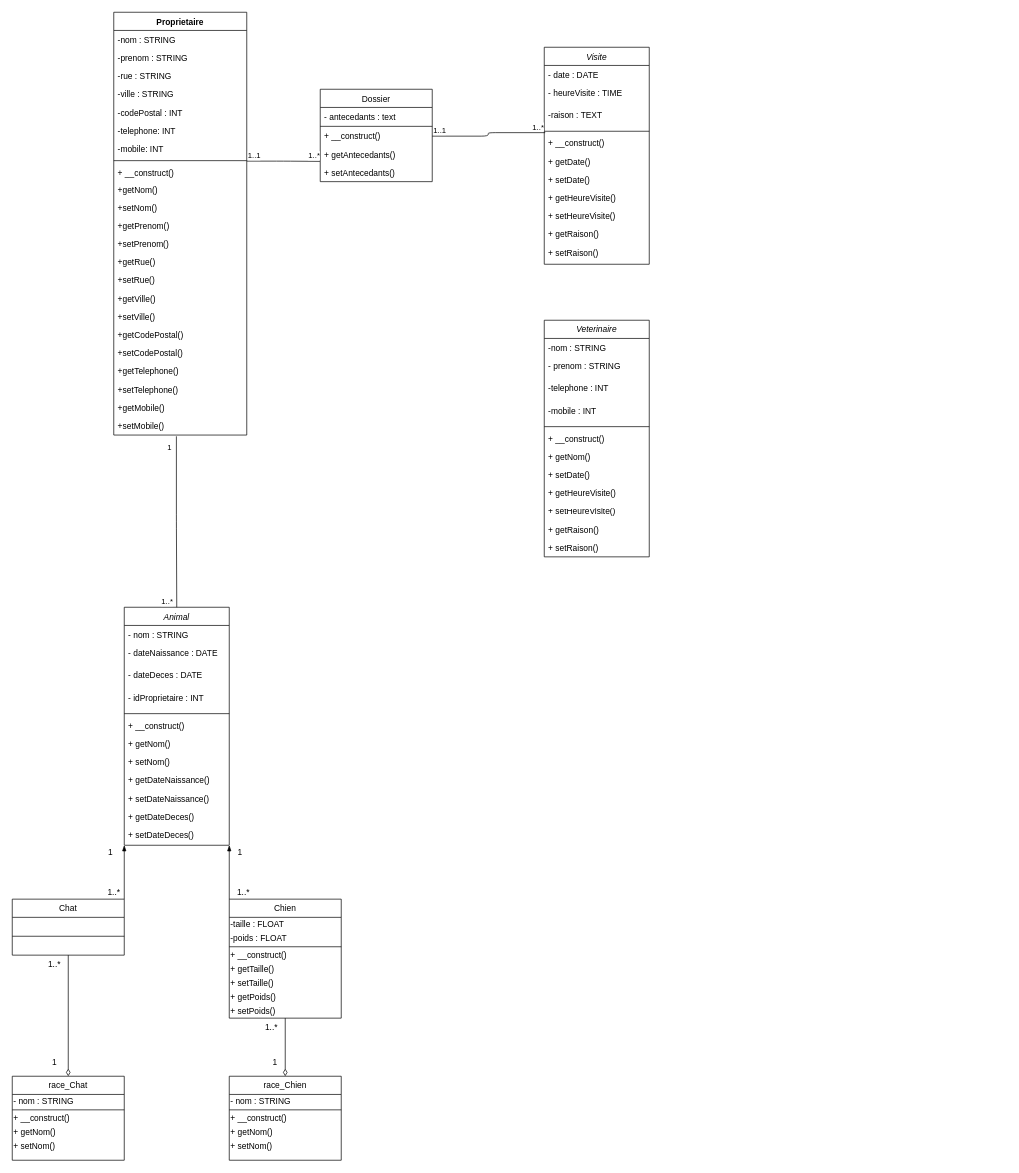
Before: Untitled Diagram.drawio in Tran-Hugo/Exos-SQL, a draw.io diagram. Source tidied: cells renumbered, new cells numbered last; positions are measured from the earlier drawing's top-left corner, leaving out a move shared by most shapes. Both pictures are drawn from the tidied source at 70%, with x=0, y=0 at pixel (12, 12).
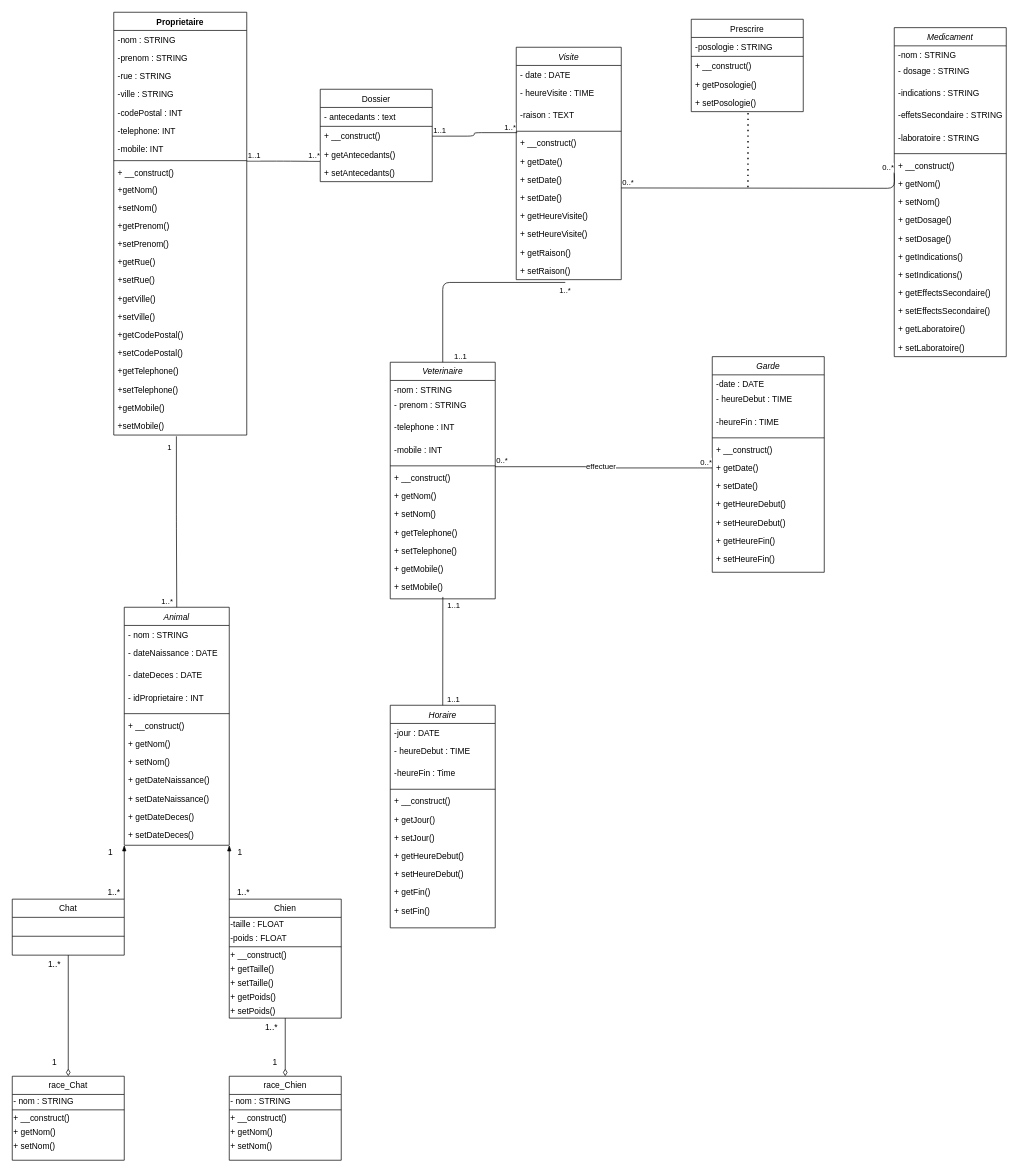
After the change.

Change to the diagram source:
```diff
@@
     <mxCell id="86" value="Visite" style="swimlane;fontStyle=2;align=center;verticalAlign=top;horizontal=1;startSize=26;rounded=0;shadow=0;strokeWidth=1;" parent="1" vertex="1">
-      <mxGeometry x="760" y="50" width="150" height="310" as="geometry" />
+      <mxGeometry x="720" y="50" width="150" height="332" as="geometry" />
     </mxCell>
@@
+    <mxCell id="114" value="+ setDate()" style="text;align=left;verticalAlign=top;spacingLeft=4;spacingRight=4;overflow=hidden;" parent="86" vertex="1">
+      <mxGeometry y="202" width="150" height="26" as="geometry" />
+    </mxCell>
     <mxCell id="94" value="+ getHeureVisite()" style="text;align=left;verticalAlign=top;spacingLeft=4;spacingRight=4;overflow=hidden;" parent="86" vertex="1">
-      <mxGeometry y="202" width="150" height="26" as="geometry" />
+      <mxGeometry y="228" width="150" height="26" as="geometry" />
     </mxCell>
     <mxCell id="95" value="+ setHeureVisite()" style="text;align=left;verticalAlign=top;spacingLeft=4;spacingRight=4;overflow=hidden;" parent="86" vertex="1">
-      <mxGeometry y="228" width="150" height="26" as="geometry" />
+      <mxGeometry y="254" width="150" height="26" as="geometry" />
     </mxCell>
     <mxCell id="96" value="+ getRaison()" style="text;align=left;verticalAlign=top;spacingLeft=4;spacingRight=4;overflow=hidden;" parent="86" vertex="1">
-      <mxGeometry y="254" width="150" height="26" as="geometry" />
+      <mxGeometry y="280" width="150" height="26" as="geometry" />
     </mxCell>
     <mxCell id="97" value="+ setRaison()" style="text;align=left;verticalAlign=top;spacingLeft=4;spacingRight=4;overflow=hidden;points=[[0,0.5],[1,0.5]];portConstraint=eastwest;" parent="86" vertex="1">
-      <mxGeometry y="280" width="150" height="26" as="geometry" />
+      <mxGeometry y="306" width="150" height="26" as="geometry" />
     </mxCell>
@@
     <mxCell id="101" value="Veterinaire" style="swimlane;fontStyle=2;align=center;verticalAlign=top;horizontal=1;startSize=26;rounded=0;shadow=0;strokeWidth=1;" parent="1" vertex="1">
-      <mxGeometry x="760" y="440" width="150" height="338" as="geometry" />
+      <mxGeometry x="540" y="500" width="150" height="338" as="geometry" />
     </mxCell>
     <mxCell id="102" value="-nom : STRING" style="text;align=left;verticalAlign=top;spacingLeft=4;spacingRight=4;overflow=hidden;rounded=0;shadow=0;html=0;" parent="101" vertex="1">
-      <mxGeometry y="26" width="150" height="26" as="geometry" />
+      <mxGeometry y="26" width="150" height="22" as="geometry" />
     </mxCell>
     <mxCell id="103" value="- prenom : STRING" style="text;align=left;verticalAlign=top;spacingLeft=4;spacingRight=4;overflow=hidden;rounded=0;shadow=0;html=0;" parent="101" vertex="1">
-      <mxGeometry y="52" width="150" height="32" as="geometry" />
+      <mxGeometry y="48" width="150" height="32" as="geometry" />
     </mxCell>
     <mxCell id="104" value="-telephone : INT" style="text;align=left;verticalAlign=top;spacingLeft=4;spacingRight=4;overflow=hidden;rounded=0;shadow=0;html=0;" parent="101" vertex="1">
-      <mxGeometry y="84" width="150" height="32" as="geometry" />
+      <mxGeometry y="80" width="150" height="32" as="geometry" />
     </mxCell>
     <mxCell id="105" value="-mobile : INT" style="text;align=left;verticalAlign=top;spacingLeft=4;spacingRight=4;overflow=hidden;rounded=0;shadow=0;html=0;" parent="101" vertex="1">
-      <mxGeometry y="116" width="150" height="32" as="geometry" />
+      <mxGeometry y="112" width="150" height="32" as="geometry" />
     </mxCell>
     <mxCell id="106" style="line;html=1;strokeWidth=1;align=left;verticalAlign=middle;spacingTop=-1;spacingLeft=3;spacingRight=3;labelPosition=right;points=[];portConstraint=eastwest;" parent="101" vertex="1">
-      <mxGeometry y="148" width="150" height="8" as="geometry" />
+      <mxGeometry y="144" width="150" height="8" as="geometry" />
     </mxCell>
     <mxCell id="107" value="+ __construct()" style="text;align=left;verticalAlign=top;spacingLeft=4;spacingRight=4;overflow=hidden;" parent="101" vertex="1">
-      <mxGeometry y="156" width="150" height="26" as="geometry" />
+      <mxGeometry y="152" width="150" height="26" as="geometry" />
     </mxCell>
     <mxCell id="108" value="+ getNom()" style="text;align=left;verticalAlign=top;spacingLeft=4;spacingRight=4;overflow=hidden;" parent="101" vertex="1">
-      <mxGeometry y="182" width="150" height="26" as="geometry" />
+      <mxGeometry y="178" width="150" height="26" as="geometry" />
     </mxCell>
-    <mxCell id="109" value="+ setDate()" style="text;align=left;verticalAlign=top;spacingLeft=4;spacingRight=4;overflow=hidden;" parent="101" vertex="1">
-      <mxGeometry y="208" width="150" height="26" as="geometry" />
+    <mxCell id="109" value="+ setNom()" style="text;align=left;verticalAlign=top;spacingLeft=4;spacingRight=4;overflow=hidden;" parent="101" vertex="1">
+      <mxGeometry y="204" width="150" height="26" as="geometry" />
     </mxCell>
-    <mxCell id="110" value="+ getHeureVisite()" style="text;align=left;verticalAlign=top;spacingLeft=4;spacingRight=4;overflow=hidden;" parent="101" vertex="1">
-      <mxGeometry y="234" width="150" height="26" as="geometry" />
+    <mxCell id="110" value="+ getTelephone()" style="text;align=left;verticalAlign=top;spacingLeft=4;spacingRight=4;overflow=hidden;" parent="101" vertex="1">
+      <mxGeometry y="230" width="150" height="26" as="geometry" />
     </mxCell>
-    <mxCell id="111" value="+ setHeureVisite()" style="text;align=left;verticalAlign=top;spacingLeft=4;spacingRight=4;overflow=hidden;" parent="101" vertex="1">
-      <mxGeometry y="260" width="150" height="26" as="geometry" />
+    <mxCell id="111" value="+ setTelephone()" style="text;align=left;verticalAlign=top;spacingLeft=4;spacingRight=4;overflow=hidden;" parent="101" vertex="1">
+      <mxGeometry y="256" width="150" height="26" as="geometry" />
     </mxCell>
-    <mxCell id="112" value="+ getRaison()" style="text;align=left;verticalAlign=top;spacingLeft=4;spacingRight=4;overflow=hidden;" parent="101" vertex="1">
-      <mxGeometry y="286" width="150" height="26" as="geometry" />
+    <mxCell id="112" value="+ getMobile()" style="text;align=left;verticalAlign=top;spacingLeft=4;spacingRight=4;overflow=hidden;" parent="101" vertex="1">
+      <mxGeometry y="282" width="150" height="26" as="geometry" />
     </mxCell>
-    <mxCell id="113" value="+ setRaison()" style="text;align=left;verticalAlign=top;spacingLeft=4;spacingRight=4;overflow=hidden;points=[[0,0.5],[1,0.5]];portConstraint=eastwest;" parent="101" vertex="1">
-      <mxGeometry y="312" width="150" height="26" as="geometry" />
+    <mxCell id="113" value="+ setMobile()" style="text;align=left;verticalAlign=top;spacingLeft=4;spacingRight=4;overflow=hidden;points=[[0,0.5],[1,0.5]];portConstraint=eastwest;" parent="101" vertex="1">
+      <mxGeometry y="308" width="150" height="26" as="geometry" />
     </mxCell>
+    <mxCell id="115" style="endArrow=none;html=1;edgeStyle=orthogonalEdgeStyle;startSize=8;exitX=0.467;exitY=1.154;exitDx=0;exitDy=0;exitPerimeter=0;entryX=0.5;entryY=0;entryDx=0;entryDy=0;" parent="1" edge="1" source="97" target="101">
+      <mxGeometry relative="1" as="geometry" />
+    </mxCell>
+    <mxCell id="116" value="1..*" style="edgeLabel;html=1;align=left;verticalAlign=bottom;" parent="115" vertex="1">
+      <mxGeometry x="-1" relative="1" as="geometry">
+        <mxPoint x="-10" y="20" as="offset" />
+      </mxGeometry>
+    </mxCell>
+    <mxCell id="117" value="1..1" style="edgeLabel;html=1;align=right;verticalAlign=bottom;" parent="115" vertex="1">
+      <mxGeometry x="1" relative="1" as="geometry">
+        <mxPoint x="35" as="offset" />
+      </mxGeometry>
+    </mxCell>
+    <mxCell id="118" value="Horaire" style="swimlane;fontStyle=2;align=center;verticalAlign=top;horizontal=1;startSize=26;rounded=0;shadow=0;strokeWidth=1;" parent="1" vertex="1">
+      <mxGeometry x="540" y="990" width="150" height="318" as="geometry" />
+    </mxCell>
+    <mxCell id="119" value="-jour : DATE" style="text;align=left;verticalAlign=top;spacingLeft=4;spacingRight=4;overflow=hidden;rounded=0;shadow=0;html=0;" parent="118" vertex="1">
+      <mxGeometry y="26" width="150" height="26" as="geometry" />
+    </mxCell>
+    <mxCell id="120" value="- heureDebut : TIME" style="text;align=left;verticalAlign=top;spacingLeft=4;spacingRight=4;overflow=hidden;rounded=0;shadow=0;html=0;" parent="118" vertex="1">
+      <mxGeometry y="52" width="150" height="32" as="geometry" />
+    </mxCell>
+    <mxCell id="121" value="-heureFin : Time" style="text;align=left;verticalAlign=top;spacingLeft=4;spacingRight=4;overflow=hidden;rounded=0;shadow=0;html=0;" parent="118" vertex="1">
+      <mxGeometry y="84" width="150" height="32" as="geometry" />
+    </mxCell>
+    <mxCell id="122" style="line;html=1;strokeWidth=1;align=left;verticalAlign=middle;spacingTop=-1;spacingLeft=3;spacingRight=3;labelPosition=right;" parent="118" vertex="1">
+      <mxGeometry y="116" width="150" height="8" as="geometry" />
+    </mxCell>
+    <mxCell id="123" value="+ __construct()" style="text;align=left;verticalAlign=top;spacingLeft=4;spacingRight=4;overflow=hidden;" parent="118" vertex="1">
+      <mxGeometry y="124" width="150" height="26" as="geometry" />
+    </mxCell>
+    <mxCell id="124" value="+ getJour()" style="text;align=left;verticalAlign=top;spacingLeft=4;spacingRight=4;overflow=hidden;" parent="118" vertex="1">
+      <mxGeometry y="150" width="150" height="26" as="geometry" />
+    </mxCell>
+    <mxCell id="125" value="+ setJour()" style="text;align=left;verticalAlign=top;spacingLeft=4;spacingRight=4;overflow=hidden;" parent="118" vertex="1">
+      <mxGeometry y="176" width="150" height="26" as="geometry" />
+    </mxCell>
+    <mxCell id="126" value="+ getHeureDebut()" style="text;align=left;verticalAlign=top;spacingLeft=4;spacingRight=4;overflow=hidden;" parent="118" vertex="1">
+      <mxGeometry y="202" width="150" height="26" as="geometry" />
+    </mxCell>
+    <mxCell id="127" value="+ setHeureDebut()" style="text;align=left;verticalAlign=top;spacingLeft=4;spacingRight=4;overflow=hidden;" parent="118" vertex="1">
+      <mxGeometry y="228" width="150" height="26" as="geometry" />
+    </mxCell>
+    <mxCell id="128" value="+ getFin()" style="text;align=left;verticalAlign=top;spacingLeft=4;spacingRight=4;overflow=hidden;" parent="118" vertex="1">
+      <mxGeometry y="254" width="150" height="26" as="geometry" />
+    </mxCell>
+    <mxCell id="129" value="+ setFin()" style="text;align=left;verticalAlign=top;spacingLeft=4;spacingRight=4;overflow=hidden;" parent="118" vertex="1">
+      <mxGeometry y="280" width="150" height="26" as="geometry" />
+    </mxCell>
+    <mxCell id="130" style="endArrow=none;html=1;edgeStyle=orthogonalEdgeStyle;startSize=8;exitX=0.501;exitY=1.048;exitDx=0;exitDy=0;exitPerimeter=0;entryX=0.5;entryY=0;entryDx=0;entryDy=0;" parent="1" edge="1" source="113" target="118">
+      <mxGeometry relative="1" as="geometry">
+        <Array as="points">
+          <mxPoint x="615" y="835" />
+          <mxPoint x="615" y="990" />
+        </Array>
+      </mxGeometry>
+    </mxCell>
+    <mxCell id="131" value="1..1" style="edgeLabel;html=1;align=left;verticalAlign=bottom;" parent="130" vertex="1">
+      <mxGeometry x="-1" relative="1" as="geometry">
+        <mxPoint x="5" y="21" as="offset" />
+      </mxGeometry>
+    </mxCell>
+    <mxCell id="132" value="1..1" style="edgeLabel;html=1;align=right;verticalAlign=bottom;" parent="130" vertex="1">
+      <mxGeometry x="1" relative="1" as="geometry">
+        <mxPoint x="25" as="offset" />
+      </mxGeometry>
+    </mxCell>
+    <mxCell id="133" value="Medicament" style="swimlane;fontStyle=2;align=center;verticalAlign=top;horizontal=1;startSize=26;rounded=0;shadow=0;strokeWidth=1;" parent="1" vertex="1">
+      <mxGeometry x="1260" y="22" width="160" height="470" as="geometry" />
+    </mxCell>
+    <mxCell id="134" value="-nom : STRING" style="text;align=left;verticalAlign=top;spacingLeft=4;spacingRight=4;overflow=hidden;rounded=0;shadow=0;html=0;" parent="133" vertex="1">
+      <mxGeometry y="26" width="160" height="22" as="geometry" />
+    </mxCell>
+    <mxCell id="135" value="- dosage : STRING" style="text;align=left;verticalAlign=top;spacingLeft=4;spacingRight=4;overflow=hidden;rounded=0;shadow=0;html=0;" parent="133" vertex="1">
+      <mxGeometry y="48" width="160" height="32" as="geometry" />
+    </mxCell>
+    <mxCell id="136" value="-indications : STRING" style="text;align=left;verticalAlign=top;spacingLeft=4;spacingRight=4;overflow=hidden;rounded=0;shadow=0;html=0;" parent="133" vertex="1">
+      <mxGeometry y="80" width="160" height="32" as="geometry" />
+    </mxCell>
+    <mxCell id="137" value="-effetsSecondaire : STRING" style="text;align=left;verticalAlign=top;spacingLeft=4;spacingRight=4;overflow=hidden;rounded=0;shadow=0;html=0;" parent="133" vertex="1">
+      <mxGeometry y="112" width="160" height="32" as="geometry" />
+    </mxCell>
+    <mxCell id="138" value="-laboratoire : STRING" style="text;align=left;verticalAlign=top;spacingLeft=4;spacingRight=4;overflow=hidden;rounded=0;shadow=0;html=0;" parent="133" vertex="1">
+      <mxGeometry y="144" width="160" height="32" as="geometry" />
+    </mxCell>
+    <mxCell id="139" style="line;html=1;strokeWidth=1;align=left;verticalAlign=middle;spacingTop=-1;spacingLeft=3;spacingRight=3;labelPosition=right;" parent="133" vertex="1">
+      <mxGeometry y="176" width="160" height="8" as="geometry" />
+    </mxCell>
+    <mxCell id="140" value="+ __construct()" style="text;align=left;verticalAlign=top;spacingLeft=4;spacingRight=4;overflow=hidden;" parent="133" vertex="1">
+      <mxGeometry y="184" width="160" height="26" as="geometry" />
+    </mxCell>
+    <mxCell id="141" value="+ getNom()" style="text;align=left;verticalAlign=top;spacingLeft=4;spacingRight=4;overflow=hidden;" parent="133" vertex="1">
+      <mxGeometry y="210" width="160" height="26" as="geometry" />
+    </mxCell>
+    <mxCell id="142" value="+ setNom()" style="text;align=left;verticalAlign=top;spacingLeft=4;spacingRight=4;overflow=hidden;" parent="133" vertex="1">
+      <mxGeometry y="236" width="160" height="26" as="geometry" />
+    </mxCell>
+    <mxCell id="143" value="+ getDosage()" style="text;align=left;verticalAlign=top;spacingLeft=4;spacingRight=4;overflow=hidden;" parent="133" vertex="1">
+      <mxGeometry y="262" width="160" height="26" as="geometry" />
+    </mxCell>
+    <mxCell id="144" value="+ setDosage()" style="text;align=left;verticalAlign=top;spacingLeft=4;spacingRight=4;overflow=hidden;" parent="133" vertex="1">
+      <mxGeometry y="288" width="160" height="26" as="geometry" />
+    </mxCell>
+    <mxCell id="145" value="+ getIndications()" style="text;align=left;verticalAlign=top;spacingLeft=4;spacingRight=4;overflow=hidden;" parent="133" vertex="1">
+      <mxGeometry y="314" width="160" height="26" as="geometry" />
+    </mxCell>
+    <mxCell id="146" value="+ setIndications()" style="text;align=left;verticalAlign=top;spacingLeft=4;spacingRight=4;overflow=hidden;" parent="133" vertex="1">
+      <mxGeometry y="340" width="160" height="26" as="geometry" />
+    </mxCell>
+    <mxCell id="147" value="+ getEffectsSecondaire()" style="text;align=left;verticalAlign=top;spacingLeft=4;spacingRight=4;overflow=hidden;" parent="133" vertex="1">
+      <mxGeometry y="366" width="160" height="26" as="geometry" />
+    </mxCell>
+    <mxCell id="148" value="+ setEffectsSecondaire()" style="text;align=left;verticalAlign=top;spacingLeft=4;spacingRight=4;overflow=hidden;" parent="133" vertex="1">
+      <mxGeometry y="392" width="160" height="26" as="geometry" />
+    </mxCell>
+    <mxCell id="149" value="+ getLaboratoire()" style="text;align=left;verticalAlign=top;spacingLeft=4;spacingRight=4;overflow=hidden;" parent="133" vertex="1">
+      <mxGeometry y="418" width="160" height="26" as="geometry" />
+    </mxCell>
+    <mxCell id="150" value="+ setLaboratoire()" style="text;align=left;verticalAlign=top;spacingLeft=4;spacingRight=4;overflow=hidden;" parent="133" vertex="1">
+      <mxGeometry y="444" width="160" height="26" as="geometry" />
+    </mxCell>
+    <mxCell id="151" value="Prescrire" style="swimlane;fontStyle=0;align=center;verticalAlign=top;horizontal=1;startSize=26;rounded=0;shadow=0;strokeWidth=1;" parent="1" vertex="1">
+      <mxGeometry x="970" y="10" width="160" height="132" as="geometry" />
+    </mxCell>
+    <mxCell id="152" value="-posologie : STRING" style="text;strokeColor=none;fillColor=none;align=left;verticalAlign=top;spacingLeft=4;spacingRight=4;overflow=hidden;" parent="151" vertex="1">
+      <mxGeometry y="26" width="160" height="26" as="geometry" />
+    </mxCell>
+    <mxCell id="153" style="line;html=1;strokeWidth=1;align=left;verticalAlign=middle;spacingTop=-1;spacingLeft=3;spacingRight=3;labelPosition=right;" parent="151" vertex="1">
+      <mxGeometry y="52" width="160" height="2" as="geometry" />
+    </mxCell>
+    <mxCell id="154" value="+ __construct()" style="text;strokeColor=none;fillColor=none;align=left;verticalAlign=top;spacingLeft=4;spacingRight=4;overflow=hidden;" parent="151" vertex="1">
+      <mxGeometry y="54" width="160" height="26" as="geometry" />
+    </mxCell>
+    <mxCell id="155" value="+ getPosologie()" style="text;strokeColor=none;fillColor=none;align=left;verticalAlign=top;spacingLeft=4;spacingRight=4;overflow=hidden;" parent="151" vertex="1">
+      <mxGeometry y="80" width="160" height="26" as="geometry" />
+    </mxCell>
+    <mxCell id="156" value="+ setPosologie()" style="text;strokeColor=none;fillColor=none;align=left;verticalAlign=top;spacingLeft=4;spacingRight=4;overflow=hidden;points=[[0,0.5],[1,0.5]];portConstraint=eastwest;" parent="151" vertex="1">
+      <mxGeometry y="106" width="160" height="26" as="geometry" />
+    </mxCell>
+    <mxCell id="157" style="endArrow=none;html=1;edgeStyle=orthogonalEdgeStyle;startSize=8;entryX=0;entryY=0.5;entryDx=0;entryDy=0;" parent="1" edge="1">
+      <mxGeometry relative="1" as="geometry">
+        <mxPoint x="870" y="251" as="sourcePoint" />
+        <mxPoint x="1260" y="230" as="targetPoint" />
+      </mxGeometry>
+    </mxCell>
+    <mxCell id="158" value="0..*" style="edgeLabel;html=1;align=left;verticalAlign=bottom;" parent="157" vertex="1">
+      <mxGeometry x="-1" relative="1" as="geometry" />
+    </mxCell>
+    <mxCell id="159" value="0..*" style="edgeLabel;html=1;align=right;verticalAlign=bottom;" parent="157" vertex="1">
+      <mxGeometry x="1" relative="1" as="geometry" />
+    </mxCell>
+    <mxCell id="160" style="endArrow=none;dashed=1;html=1;dashPattern=1 3;strokeWidth=2;startSize=8;entryX=0.507;entryY=1.04;entryDx=0;entryDy=0;entryPerimeter=0;" parent="1" edge="1" target="156">
+      <mxGeometry relative="1" as="geometry">
+        <mxPoint x="1051" y="250" as="sourcePoint" />
+      </mxGeometry>
+    </mxCell>
+    <mxCell id="161" value="Garde" style="swimlane;fontStyle=2;align=center;verticalAlign=top;horizontal=1;startSize=26;rounded=0;shadow=0;strokeWidth=1;" parent="1" vertex="1">
+      <mxGeometry x="1000" y="492" width="160" height="308" as="geometry" />
+    </mxCell>
+    <mxCell id="162" value="-date : DATE" style="text;align=left;verticalAlign=top;spacingLeft=4;spacingRight=4;overflow=hidden;rounded=0;shadow=0;html=0;" parent="161" vertex="1">
+      <mxGeometry y="26" width="160" height="22" as="geometry" />
+    </mxCell>
+    <mxCell id="163" value="- heureDebut : TIME" style="text;align=left;verticalAlign=top;spacingLeft=4;spacingRight=4;overflow=hidden;rounded=0;shadow=0;html=0;" parent="161" vertex="1">
+      <mxGeometry y="48" width="160" height="32" as="geometry" />
+    </mxCell>
+    <mxCell id="164" value="-heureFin : TIME" style="text;align=left;verticalAlign=top;spacingLeft=4;spacingRight=4;overflow=hidden;rounded=0;shadow=0;html=0;" parent="161" vertex="1">
+      <mxGeometry y="80" width="160" height="32" as="geometry" />
+    </mxCell>
+    <mxCell id="165" style="line;html=1;strokeWidth=1;align=left;verticalAlign=middle;spacingTop=-1;spacingLeft=3;spacingRight=3;labelPosition=right;" parent="161" vertex="1">
+      <mxGeometry y="112" width="160" height="8" as="geometry" />
+    </mxCell>
+    <mxCell id="166" value="+ __construct()" style="text;align=left;verticalAlign=top;spacingLeft=4;spacingRight=4;overflow=hidden;" parent="161" vertex="1">
+      <mxGeometry y="120" width="160" height="26" as="geometry" />
+    </mxCell>
+    <mxCell id="167" value="+ getDate()" style="text;align=left;verticalAlign=top;spacingLeft=4;spacingRight=4;overflow=hidden;points=[[0,0.5],[1,0.5]];portConstraint=eastwest;" parent="161" vertex="1">
+      <mxGeometry y="146" width="160" height="26" as="geometry" />
+    </mxCell>
+    <mxCell id="168" value="+ setDate()" style="text;align=left;verticalAlign=top;spacingLeft=4;spacingRight=4;overflow=hidden;" parent="161" vertex="1">
+      <mxGeometry y="172" width="160" height="26" as="geometry" />
+    </mxCell>
+    <mxCell id="169" value="+ getHeureDebut()" style="text;align=left;verticalAlign=top;spacingLeft=4;spacingRight=4;overflow=hidden;" parent="161" vertex="1">
+      <mxGeometry y="198" width="160" height="26" as="geometry" />
+    </mxCell>
+    <mxCell id="170" value="+ setHeureDebut()" style="text;align=left;verticalAlign=top;spacingLeft=4;spacingRight=4;overflow=hidden;" parent="161" vertex="1">
+      <mxGeometry y="224" width="160" height="26" as="geometry" />
+    </mxCell>
+    <mxCell id="171" value="+ getHeureFin()" style="text;align=left;verticalAlign=top;spacingLeft=4;spacingRight=4;overflow=hidden;" parent="161" vertex="1">
+      <mxGeometry y="250" width="160" height="26" as="geometry" />
+    </mxCell>
+    <mxCell id="172" value="+ setHeureFin()" style="text;align=left;verticalAlign=top;spacingLeft=4;spacingRight=4;overflow=hidden;" parent="161" vertex="1">
+      <mxGeometry y="276" width="160" height="26" as="geometry" />
+    </mxCell>
+    <mxCell id="173" style="endArrow=none;html=1;edgeStyle=orthogonalEdgeStyle;startSize=8;exitX=0.998;exitY=0.655;exitDx=0;exitDy=0;exitPerimeter=0;entryX=0;entryY=0.5;entryDx=0;entryDy=0;" parent="1" edge="1" source="106" target="167">
+      <mxGeometry relative="1" as="geometry" />
+    </mxCell>
+    <mxCell id="174" value="0..*" style="edgeLabel;html=1;align=left;verticalAlign=bottom;" parent="173" vertex="1">
+      <mxGeometry x="-1" relative="1" as="geometry" />
+    </mxCell>
+    <mxCell id="175" value="0..*" style="edgeLabel;html=1;align=right;verticalAlign=bottom;" parent="173" vertex="1">
+      <mxGeometry x="1" relative="1" as="geometry" />
+    </mxCell>
+    <mxCell id="176" value="effectuer" style="edgeLabel;html=1;align=center;verticalAlign=middle;" parent="173" vertex="1">
+      <mxGeometry x="-0.18" y="1" relative="1" as="geometry">
+        <mxPoint x="23" as="offset" />
+      </mxGeometry>
+    </mxCell>
```
